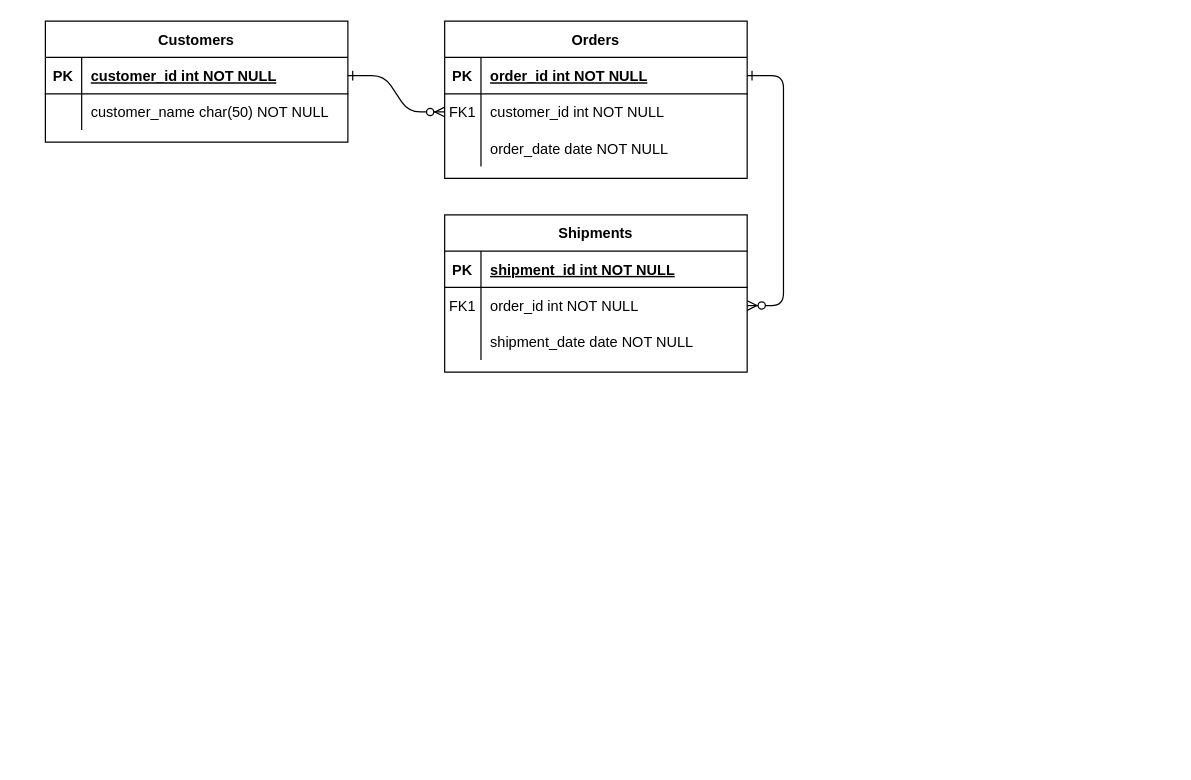
This is 未命名绘图.drawio from zJooey/draw-io, a draw.io file, before an edit. Source tidied: cells renumbered, new cells numbered last; positions are measured from the earlier drawing's top-left corner, leaving out a move shared by most shapes. Both pictures are drawn from the tidied source at 121%, with x=0, y=0 at pixel (45, 21).
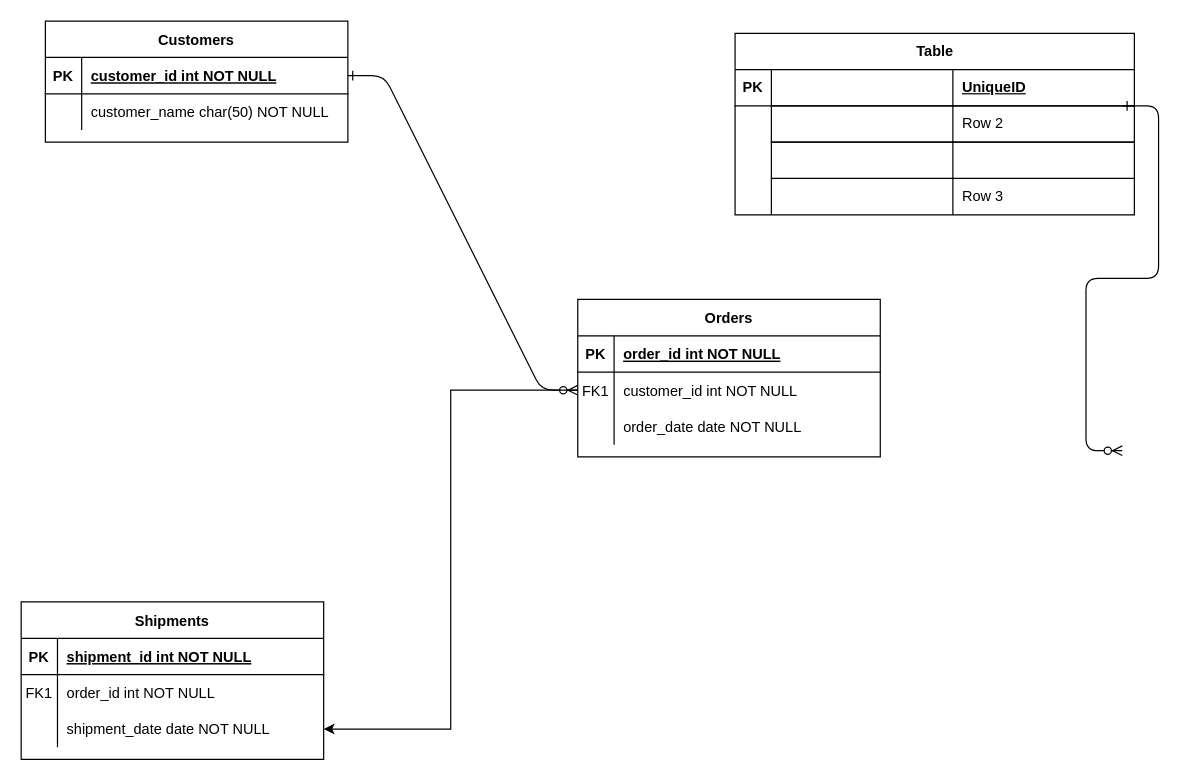
After the change.

Commit message:
更新未命名绘图.drawio

The change refers to these unchanged cells:
```xml
<mxCell id="5" style="shape=partialRectangle;fillColor=none;points=[[0,0.5],[1,0.5]];portConstraint=eastwest;top=0;left=0;right=0;bottom=1;" parent="4" vertex="1">
  <mxGeometry y="30" width="250" height="30" as="geometry" />
</mxCell>
<mxCell id="8" style="shape=partialRectangle;fillColor=none;points=[[0,0.5],[1,0.5]];portConstraint=eastwest;top=0;left=0;right=0;bottom=0;" parent="4" vertex="1">
  <mxGeometry y="60" width="250" height="30" as="geometry" />
</mxCell>
<mxCell id="11" style="shape=partialRectangle;fillColor=none;points=[[0,0.5],[1,0.5]];portConstraint=eastwest;top=0;left=0;right=0;bottom=0;" parent="4" vertex="1">
  <mxGeometry y="90" width="250" height="30" as="geometry" />
</mxCell>
<mxCell id="18" style="shape=partialRectangle;fillColor=none;points=[[0,0.5],[1,0.5]];portConstraint=eastwest;top=0;left=0;right=0;bottom=0;" parent="14" vertex="1">
  <mxGeometry y="60" width="250" height="30" as="geometry" />
</mxCell>
<mxCell id="21" style="shape=partialRectangle;fillColor=none;points=[[0,0.5],[1,0.5]];portConstraint=eastwest;top=0;left=0;right=0;bottom=0;" parent="14" vertex="1">
  <mxGeometry y="90" width="250" height="30" as="geometry" />
</mxCell>
```

The edit, as a diff of the source:
```diff
@@
-    <mxCell id="3" style="edgeStyle=entityRelationEdgeStyle;endArrow=ERzeroToMany;startArrow=ERone;endFill=1;startFill=0;" parent="1" edge="1" source="5" target="18">
-      <mxGeometry relative="1" as="geometry" />
+    <mxCell id="3" style="edgeStyle=entityRelationEdgeStyle;endArrow=ERzeroToMany;startArrow=ERone;endFill=1;startFill=0;" parent="1" edge="1">
+      <mxGeometry relative="1" as="geometry">
+        <mxPoint x="890" y="70" as="sourcePoint" />
+        <mxPoint x="890" y="355" as="targetPoint" />
+        <Array as="points">
+          <mxPoint x="930" y="235" />
+          <mxPoint x="910" y="235" />
+          <mxPoint x="910" y="265" />
+          <mxPoint x="910" y="295" />
+          <mxPoint x="960" y="285" />
+          <mxPoint x="930" y="285" />
+        </Array>
+      </mxGeometry>
     </mxCell>
     <mxCell id="4" value="Orders" style="shape=table;startSize=30;childLayout=tableLayout;rowLines=0;fontStyle=1;align=center;" parent="1" vertex="1">
-      <mxGeometry x="330" width="250" height="130" as="geometry" />
+      <mxGeometry x="440" y="230" width="250" height="130" as="geometry" />
     </mxCell>
@@
     <mxCell id="14" value="Shipments" style="shape=table;startSize=30;childLayout=tableLayout;rowLines=0;fontStyle=1;align=center;" parent="1" vertex="1">
-      <mxGeometry x="330" y="160" width="250" height="130" as="geometry" />
+      <mxGeometry x="-20" y="480" width="250" height="130" as="geometry" />
     </mxCell>
@@
+    <mxCell id="31" style="edgeStyle=orthogonalEdgeStyle;rounded=0;jettySize=auto;html=1;strokeColor=none;" parent="1" edge="1" source="11" target="21">
+      <mxGeometry relative="1" as="geometry">
+        <Array as="points">
+          <mxPoint x="620" y="75" />
+          <mxPoint x="620" y="435" />
+        </Array>
+      </mxGeometry>
+    </mxCell>
+    <mxCell id="32" style="edgeStyle=orthogonalEdgeStyle;rounded=0;jettySize=auto;html=1;" parent="1" edge="1" source="8" target="21">
+      <mxGeometry relative="1" as="geometry" />
+    </mxCell>
+    <mxCell id="33" value="Table" style="shape=table;startSize=30;childLayout=tableLayout;rowLines=0;fontStyle=1;align=center;html=1;" parent="1" vertex="1">
+      <mxGeometry x="570" y="10" width="330" height="150" as="geometry" />
+    </mxCell>
+    <mxCell id="34" style="shape=tableRow;horizontal=0;startSize=0;swimlaneHead=0;swimlaneBody=0;fillColor=none;top=0;left=0;right=0;bottom=1;" parent="33" vertex="1">
+      <mxGeometry y="30" width="330" height="30" as="geometry" />
+    </mxCell>
+    <mxCell id="35" value="PK" style="shape=partialRectangle;fillColor=none;top=0;left=0;bottom=0;right=0;fontStyle=1;overflow=hidden;whiteSpace=wrap;html=1;" parent="34" vertex="1">
+      <mxGeometry width="30" height="30" as="geometry" />
+    </mxCell>
+    <mxCell id="36" style="shape=partialRectangle;fillColor=none;top=0;left=0;bottom=0;right=0;align=left;spacingLeft=6;fontStyle=5;overflow=hidden;whiteSpace=wrap;html=1;" parent="34" vertex="1">
+      <mxGeometry x="30" width="150" height="30" as="geometry" />
+    </mxCell>
+    <mxCell id="37" value="UniqueID" style="shape=partialRectangle;fillColor=none;top=0;left=0;bottom=0;right=0;align=left;spacingLeft=6;fontStyle=5;overflow=hidden;whiteSpace=wrap;html=1;" parent="34" vertex="1">
+      <mxGeometry x="180" width="150" height="30" as="geometry" />
+    </mxCell>
+    <mxCell id="38" style="shape=tableRow;horizontal=0;startSize=0;swimlaneHead=0;swimlaneBody=0;fillColor=none;top=0;left=0;right=0;bottom=0;" parent="33" vertex="1">
+      <mxGeometry y="60" width="330" height="30" as="geometry" />
+    </mxCell>
+    <mxCell id="39" style="shape=partialRectangle;fillColor=none;top=0;left=0;bottom=0;right=0;overflow=hidden;whiteSpace=wrap;html=1;" parent="38" vertex="1">
+      <mxGeometry width="30" height="30" as="geometry" />
+    </mxCell>
+    <mxCell id="40" style="shape=partialRectangle;fillColor=none;top=1;left=0;bottom=1;right=0;align=left;spacingLeft=6;overflow=hidden;whiteSpace=wrap;html=1;strokeColor=default;fillStyle=solid;" parent="38" vertex="1">
+      <mxGeometry x="30" width="150" height="30" as="geometry" />
+    </mxCell>
+    <mxCell id="41" value="Row 2" style="shape=partialRectangle;fillColor=none;top=1;left=0;bottom=1;right=0;align=left;spacingLeft=6;overflow=hidden;whiteSpace=wrap;html=1;strokeColor=default;fillStyle=solid;" parent="38" vertex="1">
+      <mxGeometry x="180" width="150" height="30" as="geometry" />
+    </mxCell>
+    <mxCell id="42" style="shape=tableRow;horizontal=0;startSize=0;swimlaneHead=0;swimlaneBody=0;fillColor=none;top=0;left=0;right=0;bottom=0;" parent="33" vertex="1">
+      <mxGeometry y="90" width="330" height="30" as="geometry" />
+    </mxCell>
+    <mxCell id="43" style="shape=partialRectangle;fillColor=none;top=0;left=0;bottom=0;right=0;overflow=hidden;whiteSpace=wrap;html=1;" parent="42" vertex="1">
+      <mxGeometry width="30" height="30" as="geometry" />
+    </mxCell>
+    <mxCell id="44" style="shape=partialRectangle;fillColor=none;top=1;left=0;bottom=1;right=0;align=left;spacingLeft=6;overflow=hidden;whiteSpace=wrap;html=1;strokeColor=default;fillStyle=solid;" parent="42" vertex="1">
+      <mxGeometry x="30" width="150" height="30" as="geometry" />
+    </mxCell>
+    <mxCell id="45" style="shape=partialRectangle;fillColor=none;top=1;left=0;bottom=1;right=0;align=left;spacingLeft=6;overflow=hidden;whiteSpace=wrap;html=1;strokeColor=default;fillStyle=solid;" parent="42" vertex="1">
+      <mxGeometry x="180" width="150" height="30" as="geometry" />
+    </mxCell>
+    <mxCell id="46" style="shape=tableRow;horizontal=0;startSize=0;swimlaneHead=0;swimlaneBody=0;fillColor=none;top=0;left=0;right=0;bottom=0;" parent="33" vertex="1">
+      <mxGeometry y="120" width="330" height="30" as="geometry" />
+    </mxCell>
+    <mxCell id="47" style="shape=partialRectangle;fillColor=none;top=0;left=0;bottom=0;right=0;overflow=hidden;whiteSpace=wrap;html=1;" parent="46" vertex="1">
+      <mxGeometry width="30" height="30" as="geometry" />
+    </mxCell>
+    <mxCell id="48" style="shape=partialRectangle;fillColor=none;top=0;left=0;bottom=0;right=0;align=left;spacingLeft=6;overflow=hidden;whiteSpace=wrap;html=1;" parent="46" vertex="1">
+      <mxGeometry x="30" width="150" height="30" as="geometry" />
+    </mxCell>
+    <mxCell id="49" value="Row 3" style="shape=partialRectangle;fillColor=none;top=0;left=0;bottom=0;right=0;align=left;spacingLeft=6;overflow=hidden;whiteSpace=wrap;html=1;" parent="46" vertex="1">
+      <mxGeometry x="180" width="150" height="30" as="geometry" />
+    </mxCell>
```
